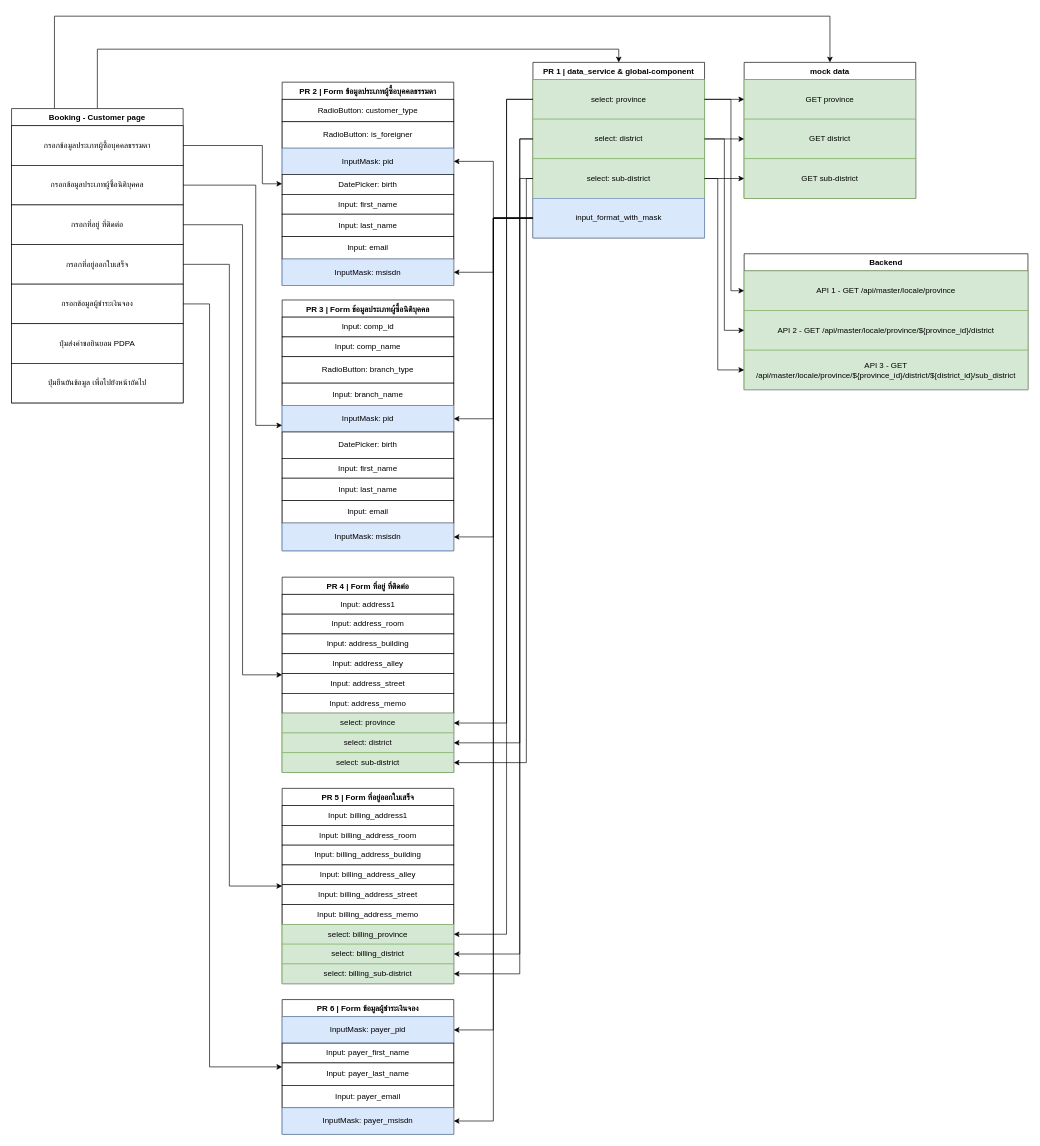
Before: booking-customer-Frontend.drawio in peapong/draw.io-diagrams, a draw.io diagram. Source tidied: cells renumbered, new cells numbered last; positions are measured from the earlier drawing's top-left corner, leaving out a move shared by most shapes. Both pictures are drawn from the tidied source at 66%, with x=0, y=0 at pixel (11, 16).
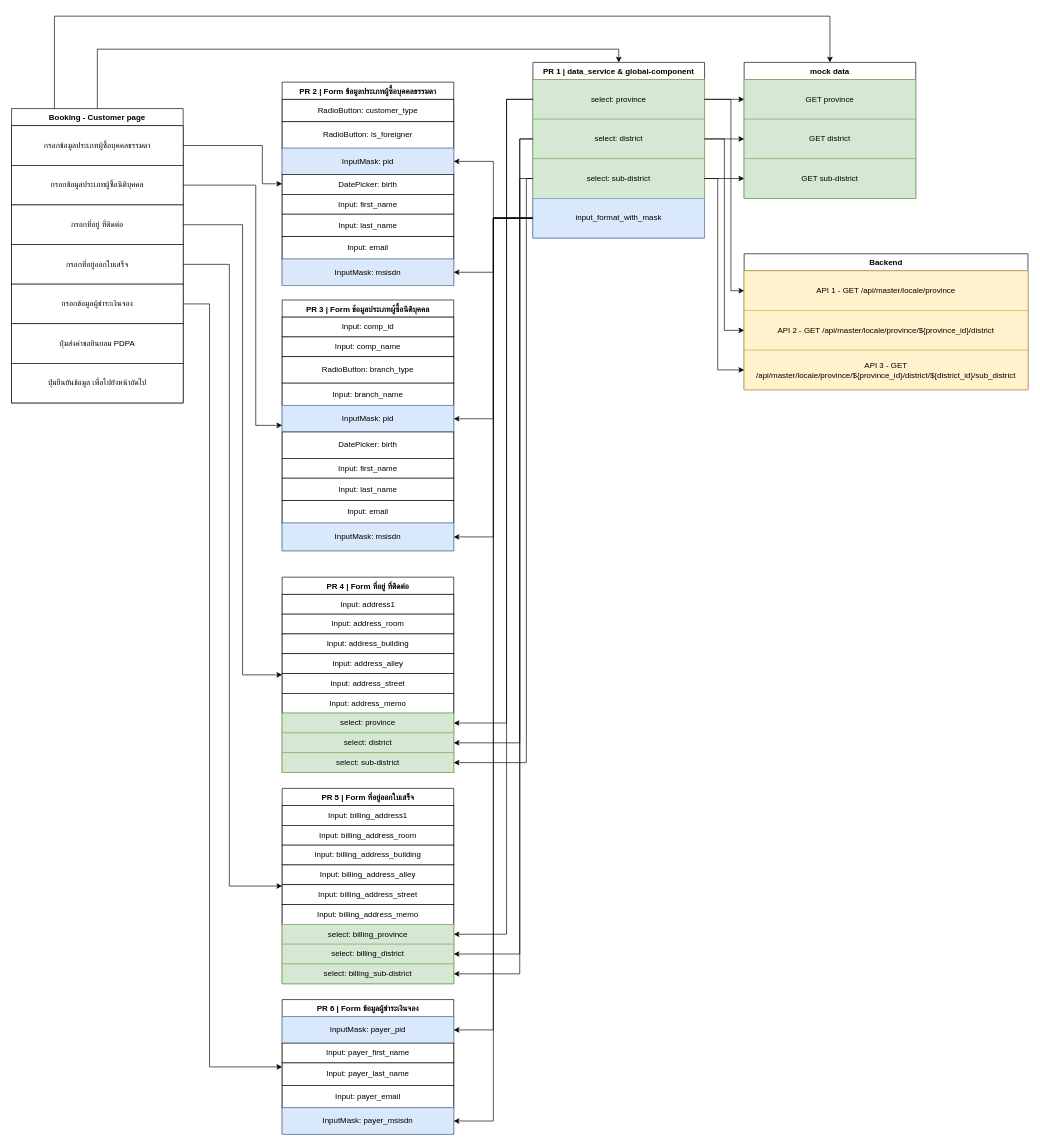
Above is the later version.

The change refers to these unchanged cells:
```xml
<mxCell id="87" value="Backend" style="swimlane;fontStyle=1;align=center;verticalAlign=top;horizontal=1;startSize=26;rounded=0;shadow=0;strokeWidth=1;" parent="1" vertex="1">
  <mxGeometry x="1110" y="360" width="430" height="206" as="geometry" />
</mxCell>
```

What changed in the source:
```diff
@@
-    <mxCell id="88" value="&lt;font style=&quot;font-size: 12px;&quot;&gt;API 1 - GET &lt;font style=&quot;font-size: 12px;&quot;&gt;/api/master/locale/province&lt;/font&gt;&lt;/font&gt;" style="rounded=0;whiteSpace=wrap;html=1;fillColor=#d5e8d4;strokeColor=#82b366;" parent="87" vertex="1">
+    <mxCell id="88" value="&lt;font style=&quot;font-size: 12px;&quot;&gt;API 1 - GET &lt;font style=&quot;font-size: 12px;&quot;&gt;/api/master/locale/province&lt;/font&gt;&lt;/font&gt;" style="rounded=0;whiteSpace=wrap;html=1;fillColor=#fff2cc;strokeColor=#d6b656;" parent="87" vertex="1">
       <mxGeometry y="26" width="430" height="60" as="geometry" />
     </mxCell>
-    <mxCell id="89" value="API 2 - GET /api/master/locale/province/${province_id}/district" style="rounded=0;whiteSpace=wrap;html=1;fillColor=#d5e8d4;strokeColor=#82b366;" parent="87" vertex="1">
+    <mxCell id="89" value="API 2 - GET /api/master/locale/province/${province_id}/district" style="rounded=0;whiteSpace=wrap;html=1;fillColor=#fff2cc;strokeColor=#d6b656;" parent="87" vertex="1">
       <mxGeometry y="86" width="430" height="60" as="geometry" />
     </mxCell>
-    <mxCell id="90" value="API 3 - GET /api/master/locale/province/${province_id}/district/${district_id}/sub_district" style="rounded=0;whiteSpace=wrap;html=1;fillColor=#d5e8d4;strokeColor=#82b366;" parent="87" vertex="1">
+    <mxCell id="90" value="API 3 - GET /api/master/locale/province/${province_id}/district/${district_id}/sub_district" style="rounded=0;whiteSpace=wrap;html=1;fillColor=#fff2cc;strokeColor=#d6b656;" parent="87" vertex="1">
       <mxGeometry y="146" width="430" height="60" as="geometry" />
     </mxCell>
```
